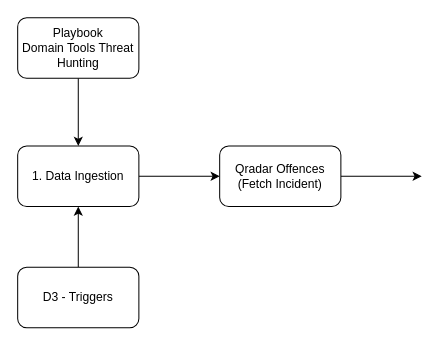
Earlier version of the draw.io diagram Partner - Arconis.drawio (Tonyfu09/AWS). Source tidied: cells renumbered, new cells numbered last; positions are measured from the earlier drawing's top-left corner, leaving out a move shared by most shapes. Both pictures are drawn from the tidied source at 101%, with x=0, y=0 at pixel (17, 17).
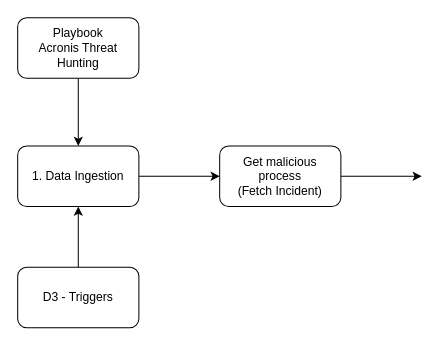
After the change.

The edit, as a diff of the source:
```diff
@@
 <mxGraphModel>
   <root>
     <mxCell id="0" />
     <mxCell id="1" parent="0" />
     <mxCell id="2" style="edgeStyle=orthogonalEdgeStyle;rounded=0;jettySize=auto;html=1;" parent="1" edge="1" source="3" target="5">
       <mxGeometry relative="1" as="geometry" />
     </mxCell>
     <mxCell id="3" value="1. Data Ingestion" style="rounded=1;whiteSpace=wrap;html=1;" parent="1" vertex="1">
       <mxGeometry y="127" width="120" height="60" as="geometry" />
     </mxCell>
     <mxCell id="4" style="edgeStyle=orthogonalEdgeStyle;rounded=0;jettySize=auto;html=1;" parent="1" edge="1" source="5">
       <mxGeometry relative="1" as="geometry">
         <mxPoint x="400" y="157" as="targetPoint" />
       </mxGeometry>
     </mxCell>
-    <mxCell id="5" value="Qradar Offences&lt;br&gt;(Fetch Incident)" style="whiteSpace=wrap;html=1;rounded=1;" parent="1" vertex="1">
+    <mxCell id="5" value="Get malicious process&lt;br&gt;(Fetch Incident)" style="whiteSpace=wrap;html=1;rounded=1;" parent="1" vertex="1">
       <mxGeometry x="200" y="127" width="120" height="60" as="geometry" />
     </mxCell>
     <mxCell id="6" style="edgeStyle=orthogonalEdgeStyle;rounded=0;jettySize=auto;html=1;" parent="1" edge="1" source="7" target="3">
       <mxGeometry relative="1" as="geometry" />
     </mxCell>
-    <mxCell id="7" value="Playbook&lt;br&gt;Domain Tools Threat Hunting" style="rounded=1;whiteSpace=wrap;html=1;" parent="1" vertex="1">
+    <mxCell id="7" value="Playbook&lt;br&gt;Acronis Threat Hunting" style="rounded=1;whiteSpace=wrap;html=1;" parent="1" vertex="1">
       <mxGeometry width="120" height="60" as="geometry" />
     </mxCell>
     <mxCell id="8" style="edgeStyle=orthogonalEdgeStyle;rounded=0;jettySize=auto;html=1;" parent="1" edge="1" source="9" target="3">
       <mxGeometry relative="1" as="geometry" />
     </mxCell>
     <mxCell id="9" value="D3 - Triggers" style="rounded=1;whiteSpace=wrap;html=1;" parent="1" vertex="1">
       <mxGeometry y="247" width="120" height="60" as="geometry" />
     </mxCell>
   </root>
 </mxGraphModel>
```
